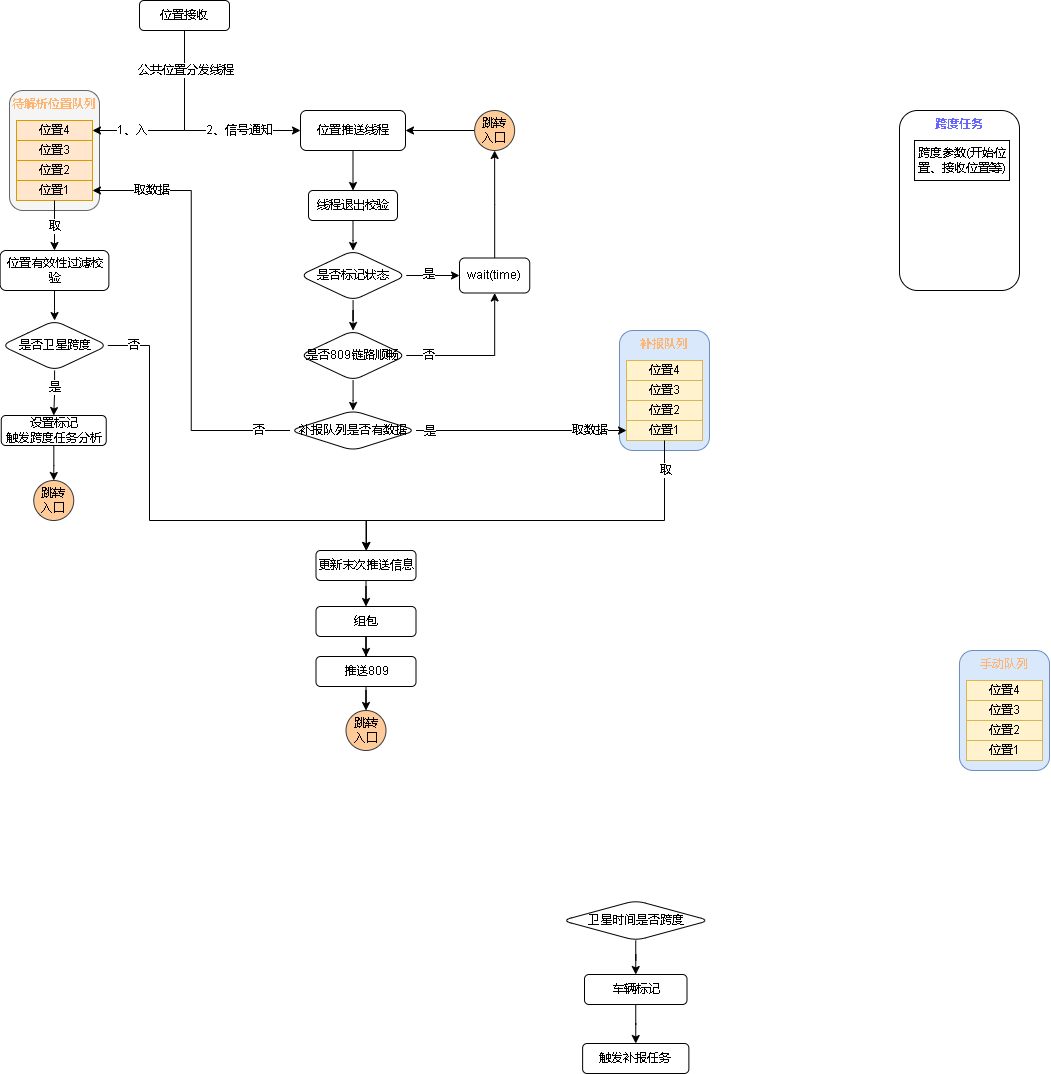
The draw.io diagram 809数据跨度.drawio.png in xktder/draw, before a commit. Source tidied: cells renumbered, new cells last; positions are measured from the earlier drawing's top-left corner, leaving out a move shared by most shapes.
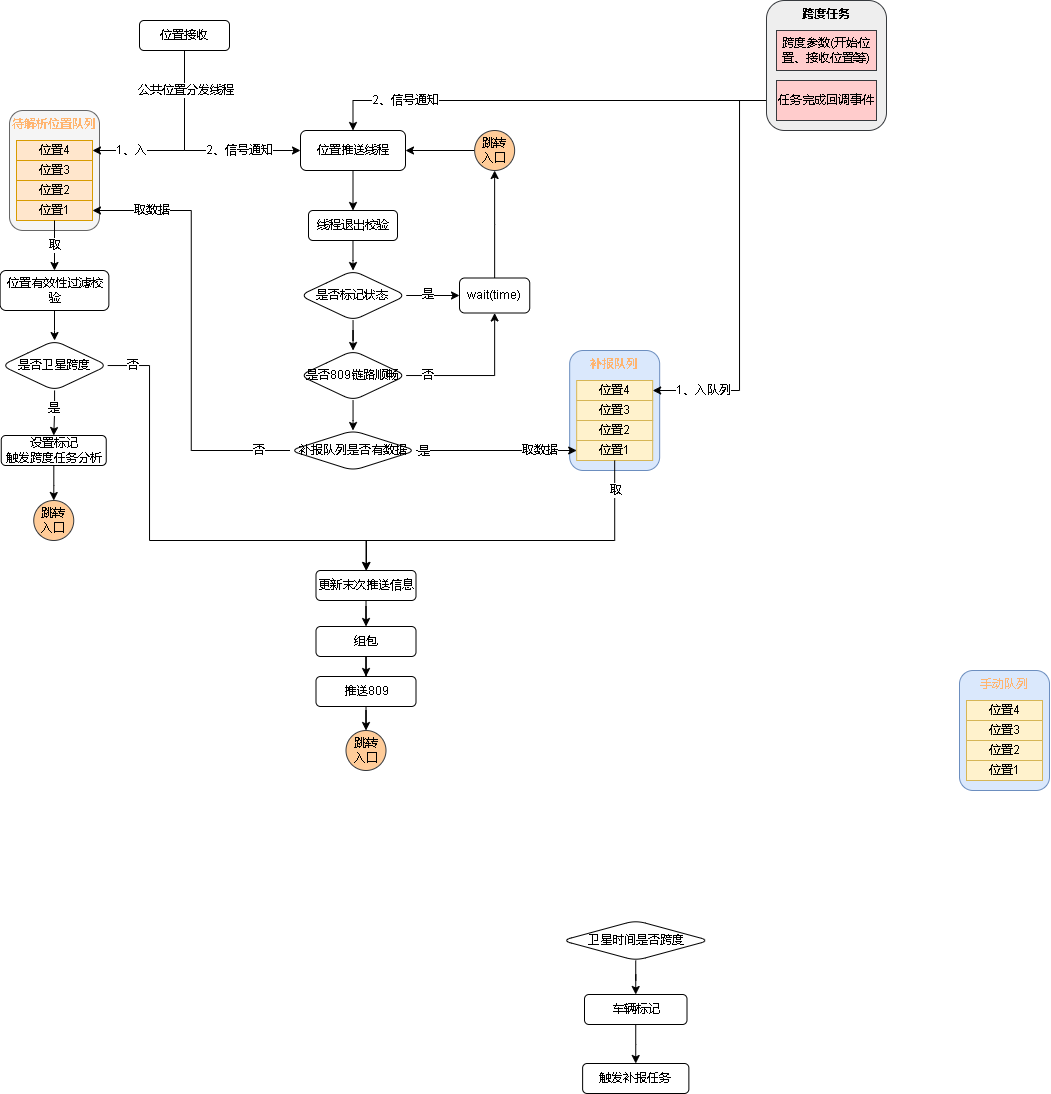
After the change.

Commit message:
更新809数据跨度.drawio.png

The edit, as a diff of the source:
```diff
@@ -52,7 +52,7 @@
       <mxGeometry x="7" y="90" width="76" height="20" as="geometry" />
     </mxCell>
     <mxCell id="16" style="group;" parent="1" vertex="1">
-      <mxGeometry x="619" y="330" width="90" height="120" as="geometry" />
+      <mxGeometry x="569.2" y="330" width="90" height="120" as="geometry" />
     </mxCell>
     <mxCell id="17" value="&lt;font color=&quot;#ffb570&quot;&gt;&lt;b&gt;补报队列&lt;/b&gt;&lt;/font&gt;" style="rounded=1;whiteSpace=wrap;html=1;verticalAlign=top;fillColor=#dae8fc;strokeColor=#6c8ebf;" parent="16" vertex="1">
       <mxGeometry width="90" height="120" as="geometry" />
@@ -162,7 +162,9 @@
       </mxGeometry>
     </mxCell>
     <mxCell id="48" value="取数据" style="edgeLabel;html=1;align=center;verticalAlign=middle;fontColor=#000000;" parent="46" vertex="1">
-      <mxGeometry x="0.65" relative="1" as="geometry" />
+      <mxGeometry x="0.65" relative="1" as="geometry">
+        <mxPoint x="-9" as="offset" />
+      </mxGeometry>
     </mxCell>
     <mxCell id="49" value="补报队列是否有数据" style="rhombus;whiteSpace=wrap;html=1;fontColor=#000000;rounded=1;" parent="1" vertex="1">
       <mxGeometry x="289.5" y="410" width="126" height="40" as="geometry" />
@@ -170,14 +172,14 @@
     <mxCell id="50" style="edgeStyle=orthogonalEdgeStyle;rounded=0;jettySize=auto;html=1;exitX=0.5;exitY=1;exitDx=0;exitDy=0;fontColor=#000000;entryX=0.5;entryY=0;entryDx=0;entryDy=0;" parent="1" edge="1" source="21" target="60">
       <mxGeometry relative="1" as="geometry">
         <Array as="points">
-          <mxPoint x="664" y="520" />
-          <mxPoint x="366" y="520" />
+          <mxPoint x="614" y="520" />
+          <mxPoint x="365" y="520" />
         </Array>
       </mxGeometry>
     </mxCell>
     <mxCell id="51" value="取" style="edgeLabel;html=1;align=center;verticalAlign=middle;fontColor=#000000;" parent="50" vertex="1">
       <mxGeometry x="-0.21" y="1" relative="1" as="geometry">
-        <mxPoint x="81" y="-51" as="offset" />
+        <mxPoint x="61" y="-51" as="offset" />
       </mxGeometry>
     </mxCell>
     <mxCell id="52" style="edgeStyle=orthogonalEdgeStyle;rounded=0;jettySize=auto;html=1;fontColor=#000000;" parent="1" edge="1" source="53" target="68">
@@ -257,11 +259,38 @@
     <mxCell id="74" value="&lt;font color=&quot;#000000&quot;&gt;位置1&lt;/font&gt;" style="rounded=0;whiteSpace=wrap;html=1;fillColor=#fff2cc;strokeColor=#d6b656;" parent="69" vertex="1">
       <mxGeometry x="7" y="90" width="76" height="20" as="geometry" />
     </mxCell>
+    <mxCell id="77" style="edgeStyle=orthogonalEdgeStyle;rounded=0;jettySize=auto;html=1;entryX=1;entryY=0.5;entryDx=0;entryDy=0;fontColor=#000000;" parent="1" edge="1" source="82" target="18">
+      <mxGeometry relative="1" as="geometry">
+        <Array as="points">
+          <mxPoint x="739" y="80" />
+          <mxPoint x="739" y="370" />
+        </Array>
+      </mxGeometry>
+    </mxCell>
+    <mxCell id="78" value="1、入队列" style="edgeLabel;html=1;align=center;verticalAlign=middle;fontColor=#000000;" parent="77" vertex="1">
+      <mxGeometry x="-0.8" y="-1" relative="1" as="geometry">
+        <mxPoint x="-35" y="285" as="offset" />
+      </mxGeometry>
+    </mxCell>
+    <mxCell id="79" style="edgeStyle=orthogonalEdgeStyle;rounded=0;jettySize=auto;html=1;entryX=0.5;entryY=0;entryDx=0;entryDy=0;fontColor=#000000;" parent="1" edge="1" source="82" target="30">
+      <mxGeometry relative="1" as="geometry" />
+    </mxCell>
+    <mxCell id="80" value="2、信号通知" style="edgeLabel;html=1;align=center;verticalAlign=middle;fontColor=#000000;" parent="79" vertex="1">
+      <mxGeometry x="0.5" y="-1" relative="1" as="geometry">
+        <mxPoint x="-30" y="1" as="offset" />
+      </mxGeometry>
+    </mxCell>
+    <mxCell id="81" style="group;" parent="1" vertex="1">
+      <mxGeometry x="766" y="-20" width="120" height="130" as="geometry" />
+    </mxCell>
-    <mxCell id="75" value="跨度任务" style="rounded=1;whiteSpace=wrap;html=1;fontColor=#6666FF;verticalAlign=top;fontStyle=1;" parent="1" vertex="1">
-      <mxGeometry x="899" y="110" width="120" height="180" as="geometry" />
+    <mxCell id="75" value="跨度任务" style="rounded=1;whiteSpace=wrap;html=1;verticalAlign=top;fontStyle=1;fillColor=#eeeeee;strokeColor=#36393d;" parent="81" vertex="1">
+      <mxGeometry width="120" height="130" as="geometry" />
     </mxCell>
-    <mxCell id="76" value="&lt;font color=&quot;#000000&quot;&gt;跨度参数(开始位置、接收位置等)&lt;/font&gt;" style="rounded=0;whiteSpace=wrap;html=1;fontColor=#6666FF;" parent="1" vertex="1">
-      <mxGeometry x="914" y="140" width="95" height="40" as="geometry" />
+    <mxCell id="76" value="&lt;font color=&quot;#000000&quot;&gt;跨度参数(开始位置、接收位置等)&lt;/font&gt;" style="rounded=0;whiteSpace=wrap;html=1;fillColor=#ffcccc;strokeColor=#36393d;" parent="81" vertex="1">
+      <mxGeometry x="10" y="30" width="100" height="40" as="geometry" />
     </mxCell>
+    <mxCell id="82" value="任务完成回调事件" style="rounded=0;whiteSpace=wrap;html=1;fillColor=#ffcccc;strokeColor=#36393d;" parent="81" vertex="1">
+      <mxGeometry x="10" y="80" width="100" height="40" as="geometry" />
+    </mxCell>
   </root>
 </mxGraphModel>
```
